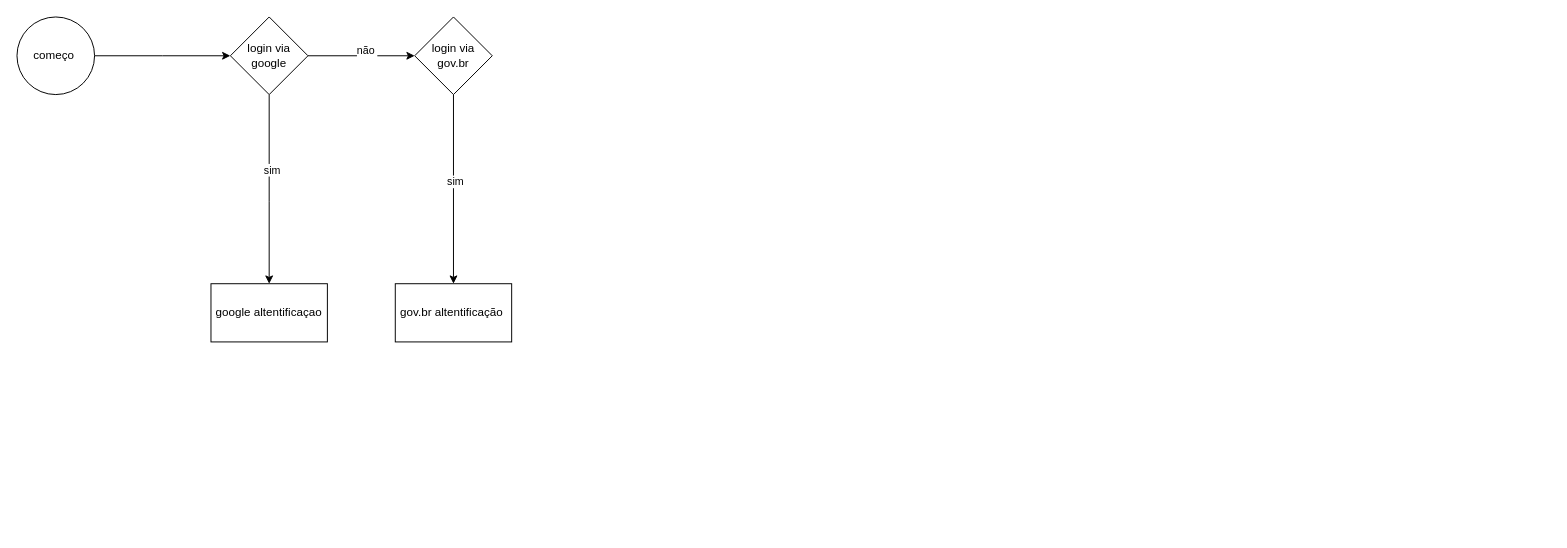
The draw.io diagram docs/fluxo.drawio in caioqwerty/projeto_UX_UI, before the edit. Source tidied: cells renumbered, new cells numbered last; positions are measured from the earlier drawing's top-left corner, leaving out a move shared by most shapes. Both pictures are drawn from the tidied source at 97%, with x=0, y=0 at pixel (16, 16).
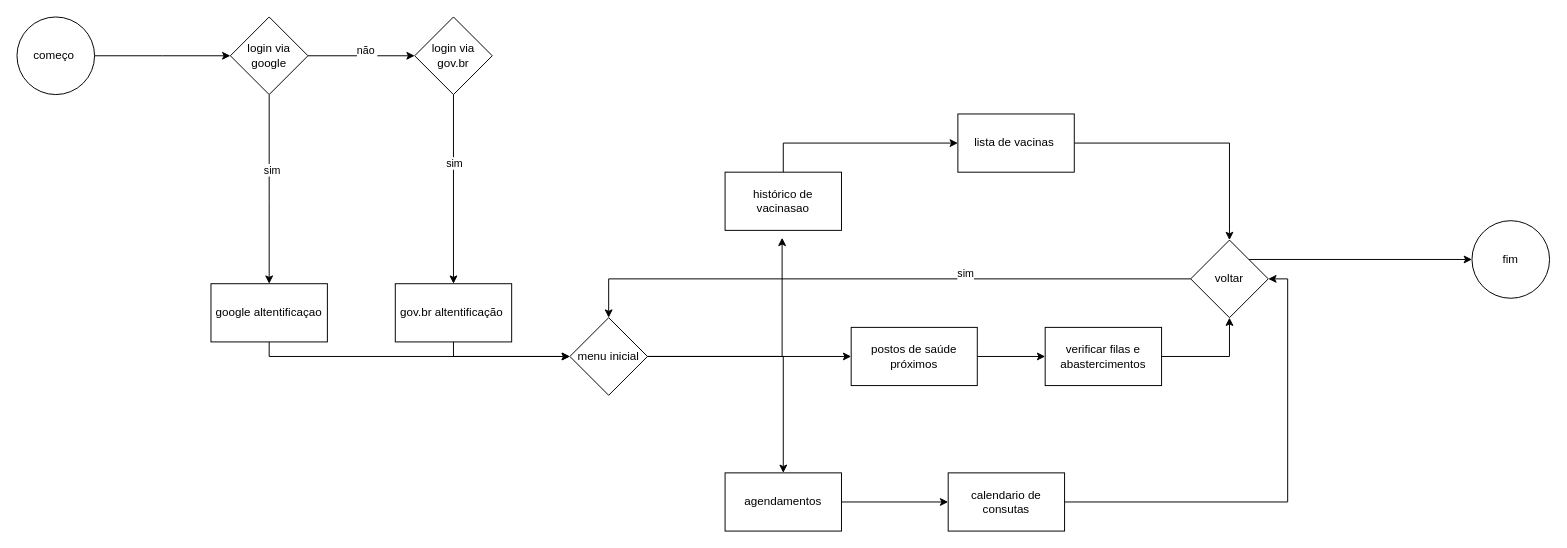
After the change.

Unchanged cells that the change refers to:
```xml
<mxCell id="9" value="google altentificaçao" style="whiteSpace=wrap;html=1;" parent="1" vertex="1">
  <mxGeometry x="200" y="275" width="120" height="60" as="geometry" />
</mxCell>
<mxCell id="10" style="edgeStyle=orthogonalEdgeStyle;rounded=0;jettySize=auto;html=1;entryX=0.5;entryY=0;entryDx=0;entryDy=0;" parent="1" edge="1" source="12" target="13">
  <mxGeometry relative="1" as="geometry" />
</mxCell>
<mxCell id="13" value="gov.br altentificação&amp;nbsp;" style="rounded=0;whiteSpace=wrap;html=1;" parent="1" vertex="1">
  <mxGeometry x="390" y="275" width="120" height="60" as="geometry" />
</mxCell>
```

The edit, as a diff of the source:
```diff
@@
-    <mxCell id="8" value="login via google" style="rhombus;whiteSpace=wrap;html=1;" parent="1" vertex="1">
+    <mxCell id="8" value="login via google" style="rhombus;whiteSpace=wrap;html=1;rotation=0;" parent="1" vertex="1">
       <mxGeometry x="220" width="80" height="80" as="geometry" />
     </mxCell>
+    <mxCell id="14" style="edgeStyle=orthogonalEdgeStyle;rounded=0;jettySize=auto;html=1;exitX=0.5;exitY=1;exitDx=0;exitDy=0;entryX=0;entryY=0.5;entryDx=0;entryDy=0;" parent="1" edge="1" source="9" target="18">
+      <mxGeometry relative="1" as="geometry">
+        <Array as="points">
+          <mxPoint x="260" y="350" />
+        </Array>
+      </mxGeometry>
+    </mxCell>
@@
     <mxCell id="11" value="sim" style="edgeLabel;html=1;align=center;verticalAlign=middle;" parent="10" vertex="1">
-      <mxGeometry x="-0.09" y="1" relative="1" as="geometry" />
+      <mxGeometry x="-0.09" y="1" relative="1" as="geometry">
+        <mxPoint x="-1" y="-19" as="offset" />
+      </mxGeometry>
     </mxCell>
@@
+    <mxCell id="15" style="edgeStyle=orthogonalEdgeStyle;rounded=0;jettySize=auto;html=1;exitX=0.5;exitY=1;exitDx=0;exitDy=0;entryX=0;entryY=0.5;entryDx=0;entryDy=0;" parent="1" edge="1" source="13" target="18">
+      <mxGeometry relative="1" as="geometry">
+        <Array as="points">
+          <mxPoint x="450" y="350" />
+        </Array>
+      </mxGeometry>
+    </mxCell>
@@
+    <mxCell id="16" style="edgeStyle=orthogonalEdgeStyle;rounded=0;jettySize=auto;html=1;exitX=1;exitY=0.5;exitDx=0;exitDy=0;entryX=0.49;entryY=1.127;entryDx=0;entryDy=0;entryPerimeter=0;" parent="1" edge="1" source="18" target="20">
+      <mxGeometry relative="1" as="geometry" />
+    </mxCell>
+    <mxCell id="17" style="edgeStyle=orthogonalEdgeStyle;rounded=0;jettySize=auto;html=1;exitX=1;exitY=0.5;exitDx=0;exitDy=0;entryX=0.5;entryY=0;entryDx=0;entryDy=0;" parent="1" edge="1" source="18" target="22">
+      <mxGeometry relative="1" as="geometry">
+        <Array as="points">
+          <mxPoint x="790" y="350" />
+        </Array>
+      </mxGeometry>
+    </mxCell>
+    <mxCell id="18" value="menu inicial" style="rhombus;whiteSpace=wrap;html=1;" parent="1" vertex="1">
+      <mxGeometry x="570" y="310" width="80" height="80" as="geometry" />
+    </mxCell>
+    <mxCell id="19" style="edgeStyle=orthogonalEdgeStyle;rounded=0;jettySize=auto;html=1;exitX=0.5;exitY=0;exitDx=0;exitDy=0;entryX=0;entryY=0.5;entryDx=0;entryDy=0;" parent="1" edge="1" source="20" target="27">
+      <mxGeometry relative="1" as="geometry" />
+    </mxCell>
+    <mxCell id="20" value="histórico de vacinasao" style="rounded=0;whiteSpace=wrap;html=1;" parent="1" vertex="1">
+      <mxGeometry x="730" y="160" width="120" height="60" as="geometry" />
+    </mxCell>
+    <mxCell id="21" style="edgeStyle=orthogonalEdgeStyle;rounded=0;jettySize=auto;html=1;exitX=1;exitY=0.5;exitDx=0;exitDy=0;" parent="1" edge="1" source="22" target="35">
+      <mxGeometry relative="1" as="geometry" />
+    </mxCell>
+    <mxCell id="22" value="agendamentos" style="rounded=0;whiteSpace=wrap;html=1;" parent="1" vertex="1">
+      <mxGeometry x="730" y="470" width="120" height="60" as="geometry" />
+    </mxCell>
+    <mxCell id="23" style="edgeStyle=orthogonalEdgeStyle;rounded=0;jettySize=auto;html=1;exitX=1;exitY=0.5;exitDx=0;exitDy=0;" parent="1" edge="1" source="18" target="25">
+      <mxGeometry relative="1" as="geometry" />
+    </mxCell>
+    <mxCell id="24" style="edgeStyle=orthogonalEdgeStyle;rounded=0;jettySize=auto;html=1;exitX=1;exitY=0.5;exitDx=0;exitDy=0;entryX=0;entryY=0.5;entryDx=0;entryDy=0;" parent="1" edge="1" source="25" target="33">
+      <mxGeometry relative="1" as="geometry" />
+    </mxCell>
+    <mxCell id="25" value="postos de saúde próximos" style="rounded=0;whiteSpace=wrap;html=1;" parent="1" vertex="1">
+      <mxGeometry x="860" y="320" width="130" height="60" as="geometry" />
+    </mxCell>
+    <mxCell id="26" style="edgeStyle=orthogonalEdgeStyle;rounded=0;jettySize=auto;html=1;exitX=1;exitY=0.5;exitDx=0;exitDy=0;entryX=0.5;entryY=0;entryDx=0;entryDy=0;" parent="1" edge="1" source="27" target="31">
+      <mxGeometry relative="1" as="geometry" />
+    </mxCell>
+    <mxCell id="27" value="lista de vacinas&amp;nbsp;" style="rounded=0;whiteSpace=wrap;html=1;" parent="1" vertex="1">
+      <mxGeometry x="970" y="100" width="120" height="60" as="geometry" />
+    </mxCell>
+    <mxCell id="28" style="edgeStyle=orthogonalEdgeStyle;rounded=0;jettySize=auto;html=1;exitX=0;exitY=0.5;exitDx=0;exitDy=0;entryX=0.5;entryY=0;entryDx=0;entryDy=0;" parent="1" edge="1" source="31" target="18">
+      <mxGeometry relative="1" as="geometry" />
+    </mxCell>
+    <mxCell id="29" value="sim" style="edgeLabel;html=1;align=center;verticalAlign=middle;" parent="28" vertex="1">
+      <mxGeometry x="-0.27" y="-6" relative="1" as="geometry">
+        <mxPoint x="1" as="offset" />
+      </mxGeometry>
+    </mxCell>
+    <mxCell id="30" style="edgeStyle=orthogonalEdgeStyle;rounded=0;jettySize=auto;html=1;exitX=1;exitY=0;exitDx=0;exitDy=0;entryX=0;entryY=0.5;entryDx=0;entryDy=0;" parent="1" edge="1" source="31" target="36">
+      <mxGeometry relative="1" as="geometry" />
+    </mxCell>
+    <mxCell id="31" value="voltar" style="rhombus;whiteSpace=wrap;html=1;" parent="1" vertex="1">
+      <mxGeometry x="1210" y="230" width="80" height="80" as="geometry" />
+    </mxCell>
+    <mxCell id="32" style="edgeStyle=orthogonalEdgeStyle;rounded=0;jettySize=auto;html=1;exitX=1;exitY=0.5;exitDx=0;exitDy=0;entryX=0.5;entryY=1;entryDx=0;entryDy=0;" parent="1" edge="1" source="33" target="31">
+      <mxGeometry relative="1" as="geometry" />
+    </mxCell>
+    <mxCell id="33" value="verificar filas e abastercimentos" style="rounded=0;whiteSpace=wrap;html=1;" parent="1" vertex="1">
+      <mxGeometry x="1060" y="320" width="120" height="60" as="geometry" />
+    </mxCell>
+    <mxCell id="34" style="edgeStyle=orthogonalEdgeStyle;rounded=0;jettySize=auto;html=1;exitX=1;exitY=0.5;exitDx=0;exitDy=0;entryX=1;entryY=0.5;entryDx=0;entryDy=0;" parent="1" edge="1" source="35" target="31">
+      <mxGeometry relative="1" as="geometry" />
+    </mxCell>
+    <mxCell id="35" value="calendario de consutas" style="rounded=0;whiteSpace=wrap;html=1;" parent="1" vertex="1">
+      <mxGeometry x="960" y="470" width="120" height="60" as="geometry" />
+    </mxCell>
+    <mxCell id="36" value="fim" style="ellipse;whiteSpace=wrap;html=1;" parent="1" vertex="1">
+      <mxGeometry x="1500" y="210" width="80" height="80" as="geometry" />
+    </mxCell>
```
